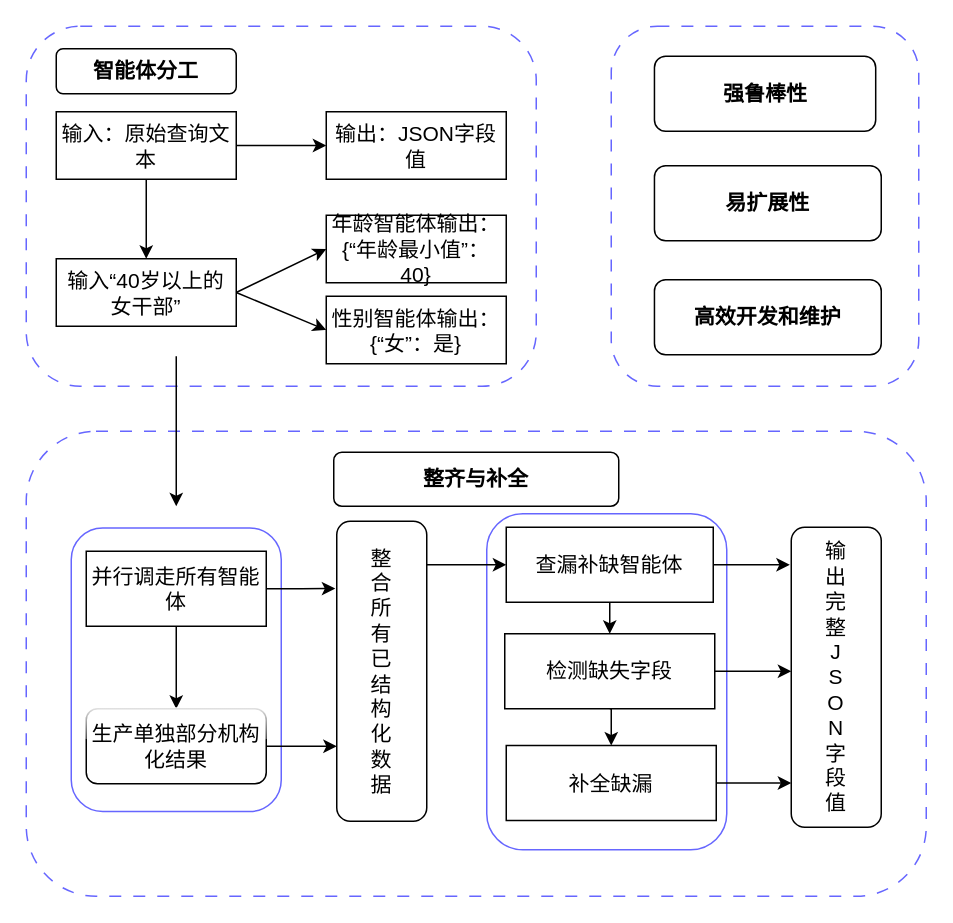
The draw.io diagram ppt2.drawio in dongtianshuo/dongtianshuo5, before the edit. Source tidied: cells renumbered, new cells numbered last; positions are measured from the earlier drawing's top-left corner, leaving out a move shared by most shapes. Both pictures are drawn from the tidied source at 150%, with x=0, y=0 at pixel (26, 26).
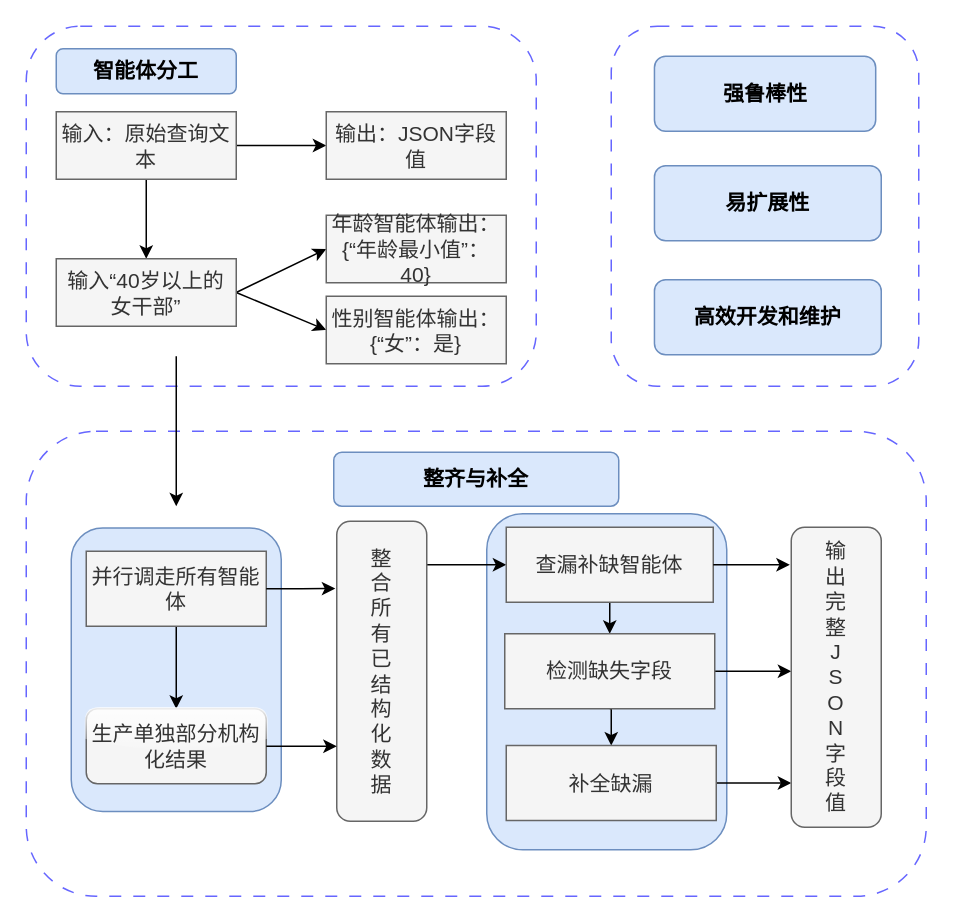
The same page after the edit.

What changed in the source:
```diff
@@
+    <mxCell id="15" style="rounded=1;whiteSpace=wrap;html=1;fillColor=none;dashed=1;dashPattern=8 8;strokeColor=#6666FF;fontSize=14;" parent="1" vertex="1">
+      <mxGeometry y="270" width="600" height="310" as="geometry" />
+    </mxCell>
-    <mxCell id="2" style="rounded=1;whiteSpace=wrap;html=1;strokeColor=#6666FF;fontSize=14;" parent="1" vertex="1">
+    <mxCell id="2" style="rounded=1;whiteSpace=wrap;html=1;strokeColor=#6c8ebf;fontSize=14;fillColor=#dae8fc;" parent="1" vertex="1">
       <mxGeometry x="307" y="325" width="160" height="224" as="geometry" />
     </mxCell>
-    <mxCell id="3" style="rounded=1;whiteSpace=wrap;html=1;strokeColor=#6666FF;fontSize=14;" parent="1" vertex="1">
+    <mxCell id="3" style="rounded=1;whiteSpace=wrap;html=1;strokeColor=#6c8ebf;fontSize=14;fillColor=#dae8fc;" parent="1" vertex="1">
       <mxGeometry x="30" y="334.5" width="140" height="189" as="geometry" />
     </mxCell>
@@
-    <mxCell id="5" value="&lt;b&gt;智能体分工&lt;/b&gt;" style="rounded=1;whiteSpace=wrap;html=1;fontSize=14;" parent="1" vertex="1">
+    <mxCell id="5" value="&lt;b&gt;智能体分工&lt;/b&gt;" style="rounded=1;whiteSpace=wrap;html=1;fontSize=14;fillColor=#dae8fc;strokeColor=#6c8ebf;" parent="1" vertex="1">
       <mxGeometry x="20" y="15" width="120" height="30" as="geometry" />
     </mxCell>
@@
-    <mxCell id="8" value="输入：原始查询文本" style="rounded=0;whiteSpace=wrap;html=1;fontSize=14;" parent="1" vertex="1">
+    <mxCell id="8" value="输入：原始查询文本" style="rounded=0;whiteSpace=wrap;html=1;fontSize=14;fillColor=#f5f5f5;fontColor=#333333;strokeColor=#666666;" parent="1" vertex="1">
       <mxGeometry x="20" y="57" width="120" height="45" as="geometry" />
     </mxCell>
-    <mxCell id="9" value="输出：JSON字段值" style="whiteSpace=wrap;html=1;rounded=0;fontSize=14;" parent="1" vertex="1">
+    <mxCell id="9" value="输出：JSON字段值" style="whiteSpace=wrap;html=1;rounded=0;fontSize=14;fillColor=#f5f5f5;strokeColor=#666666;fontColor=#333333;" parent="1" vertex="1">
       <mxGeometry x="200" y="57" width="120" height="45" as="geometry" />
     </mxCell>
@@
-    <mxCell id="12" value="输入“40岁以上的女干部”" style="rounded=0;whiteSpace=wrap;html=1;fontSize=14;" parent="1" vertex="1">
+    <mxCell id="12" value="输入“40岁以上的女干部”" style="rounded=0;whiteSpace=wrap;html=1;fontSize=14;fillColor=#f5f5f5;fontColor=#333333;strokeColor=#666666;" parent="1" vertex="1">
       <mxGeometry x="20" y="155" width="120" height="45" as="geometry" />
     </mxCell>
-    <mxCell id="13" value="&lt;div&gt;年龄智能体输出：&lt;/div&gt;&lt;div&gt;{“年龄最小值”：40}&lt;/div&gt;" style="whiteSpace=wrap;html=1;rounded=0;fontSize=14;" parent="1" vertex="1">
+    <mxCell id="13" value="&lt;div&gt;年龄智能体输出：&lt;/div&gt;&lt;div&gt;{“年龄最小值”：40}&lt;/div&gt;" style="whiteSpace=wrap;html=1;rounded=0;fontSize=14;fillColor=#f5f5f5;fontColor=#333333;strokeColor=#666666;" parent="1" vertex="1">
       <mxGeometry x="200" y="126" width="120" height="45" as="geometry" />
     </mxCell>
-    <mxCell id="14" value="&lt;div&gt;性别智能体输出：&lt;/div&gt;&lt;div&gt;{“女”：是}&lt;/div&gt;" style="whiteSpace=wrap;html=1;rounded=0;fontSize=14;" parent="1" vertex="1">
+    <mxCell id="14" value="&lt;div&gt;性别智能体输出：&lt;/div&gt;&lt;div&gt;{“女”：是}&lt;/div&gt;" style="whiteSpace=wrap;html=1;rounded=0;fontSize=14;fillColor=#f5f5f5;fontColor=#333333;strokeColor=#666666;" parent="1" vertex="1">
       <mxGeometry x="200" y="180" width="120" height="45" as="geometry" />
     </mxCell>
-    <mxCell id="15" style="rounded=1;whiteSpace=wrap;html=1;fillColor=none;dashed=1;dashPattern=8 8;strokeColor=#6666FF;fontSize=14;" parent="1" vertex="1">
-      <mxGeometry y="270" width="600" height="310" as="geometry" />
-    </mxCell>
-    <mxCell id="16" value="&lt;b&gt;整齐与补全&lt;/b&gt;" style="rounded=1;whiteSpace=wrap;html=1;fontSize=14;" parent="1" vertex="1">
+    <mxCell id="16" value="&lt;b&gt;整齐与补全&lt;/b&gt;" style="rounded=1;whiteSpace=wrap;html=1;fontSize=14;fillColor=#dae8fc;strokeColor=#6c8ebf;" parent="1" vertex="1">
       <mxGeometry x="205" y="284" width="190" height="36" as="geometry" />
     </mxCell>
@@
-    <mxCell id="18" value="并行调走所有智能体" style="rounded=0;whiteSpace=wrap;html=1;fontSize=14;" parent="1" vertex="1">
+    <mxCell id="18" value="并行调走所有智能体" style="rounded=0;whiteSpace=wrap;html=1;fontSize=14;fillColor=#f5f5f5;fontColor=#333333;strokeColor=#666666;" parent="1" vertex="1">
       <mxGeometry x="40" y="350" width="120" height="50" as="geometry" />
     </mxCell>
@@
-    <mxCell id="20" value="&lt;div&gt;整&lt;/div&gt;&lt;div&gt;合&lt;/div&gt;&lt;div&gt;所&lt;/div&gt;&lt;div&gt;有&lt;/div&gt;&lt;div&gt;已&lt;/div&gt;&lt;div&gt;结&lt;/div&gt;&lt;div&gt;构&lt;/div&gt;&lt;div&gt;化&lt;/div&gt;&lt;div&gt;数&lt;/div&gt;&lt;div&gt;据&lt;/div&gt;" style="rounded=1;whiteSpace=wrap;html=1;fontSize=14;" parent="1" vertex="1">
+    <mxCell id="20" value="&lt;div&gt;整&lt;/div&gt;&lt;div&gt;合&lt;/div&gt;&lt;div&gt;所&lt;/div&gt;&lt;div&gt;有&lt;/div&gt;&lt;div&gt;已&lt;/div&gt;&lt;div&gt;结&lt;/div&gt;&lt;div&gt;构&lt;/div&gt;&lt;div&gt;化&lt;/div&gt;&lt;div&gt;数&lt;/div&gt;&lt;div&gt;据&lt;/div&gt;" style="rounded=1;whiteSpace=wrap;html=1;fontSize=14;fillColor=#f5f5f5;fontColor=#333333;strokeColor=#666666;" parent="1" vertex="1">
       <mxGeometry x="207" y="330" width="60" height="200" as="geometry" />
     </mxCell>
@@
-    <mxCell id="22" value="查漏补缺智能体" style="rounded=0;whiteSpace=wrap;html=1;fontSize=14;" parent="1" vertex="1">
+    <mxCell id="22" value="查漏补缺智能体" style="rounded=0;whiteSpace=wrap;html=1;fontSize=14;fillColor=#f5f5f5;fontColor=#333333;strokeColor=#666666;" parent="1" vertex="1">
       <mxGeometry x="320" y="334" width="138" height="50" as="geometry" />
     </mxCell>
-    <mxCell id="23" value="生产单独部分机构化结果" style="rounded=1;whiteSpace=wrap;html=1;glass=1;fontSize=14;" parent="1" vertex="1">
+    <mxCell id="23" value="生产单独部分机构化结果" style="rounded=1;whiteSpace=wrap;html=1;glass=1;fontSize=14;fillColor=#f5f5f5;fontColor=#333333;strokeColor=#666666;" parent="1" vertex="1">
       <mxGeometry x="40" y="455" width="120" height="50" as="geometry" />
     </mxCell>
@@
-    <mxCell id="26" value="检测缺失字段" style="rounded=0;whiteSpace=wrap;html=1;fontSize=14;" parent="1" vertex="1">
+    <mxCell id="26" value="检测缺失字段" style="rounded=0;whiteSpace=wrap;html=1;fontSize=14;fillColor=#f5f5f5;fontColor=#333333;strokeColor=#666666;" parent="1" vertex="1">
       <mxGeometry x="319" y="405" width="140" height="50" as="geometry" />
     </mxCell>
@@
-    <mxCell id="28" value="补全缺漏" style="rounded=0;whiteSpace=wrap;html=1;fontSize=14;" parent="1" vertex="1">
+    <mxCell id="28" value="补全缺漏" style="rounded=0;whiteSpace=wrap;html=1;fontSize=14;fillColor=#f5f5f5;fontColor=#333333;strokeColor=#666666;" parent="1" vertex="1">
       <mxGeometry x="320" y="479.5" width="140" height="50" as="geometry" />
     </mxCell>
@@
-    <mxCell id="30" value="&lt;div&gt;输&lt;/div&gt;&lt;div&gt;出&lt;/div&gt;&lt;div&gt;完&lt;/div&gt;&lt;div&gt;整&lt;/div&gt;&lt;div&gt;J&lt;/div&gt;&lt;div&gt;S&lt;/div&gt;&lt;div&gt;O&lt;/div&gt;&lt;div&gt;N&lt;/div&gt;&lt;div&gt;字&lt;/div&gt;&lt;div&gt;段&lt;/div&gt;&lt;div&gt;值&lt;/div&gt;" style="rounded=1;whiteSpace=wrap;html=1;fontSize=14;" parent="1" vertex="1">
+    <mxCell id="30" value="&lt;div&gt;输&lt;/div&gt;&lt;div&gt;出&lt;/div&gt;&lt;div&gt;完&lt;/div&gt;&lt;div&gt;整&lt;/div&gt;&lt;div&gt;J&lt;/div&gt;&lt;div&gt;S&lt;/div&gt;&lt;div&gt;O&lt;/div&gt;&lt;div&gt;N&lt;/div&gt;&lt;div&gt;字&lt;/div&gt;&lt;div&gt;段&lt;/div&gt;&lt;div&gt;值&lt;/div&gt;" style="rounded=1;whiteSpace=wrap;html=1;fontSize=14;fillColor=#f5f5f5;fontColor=#333333;strokeColor=#666666;" parent="1" vertex="1">
       <mxGeometry x="510" y="334" width="60" height="200" as="geometry" />
     </mxCell>
@@
-    <mxCell id="35" value="&lt;b&gt;强鲁棒性&lt;/b&gt;" style="rounded=1;whiteSpace=wrap;html=1;fontSize=14;" parent="1" vertex="1">
+    <mxCell id="35" value="&lt;b&gt;强鲁棒性&lt;/b&gt;" style="rounded=1;whiteSpace=wrap;html=1;fontSize=14;fillColor=#dae8fc;strokeColor=#6c8ebf;" parent="1" vertex="1">
       <mxGeometry x="418.8" y="20" width="147.5" height="50" as="geometry" />
     </mxCell>
-    <mxCell id="36" value="&lt;b&gt;易扩展性&lt;/b&gt;" style="rounded=1;whiteSpace=wrap;html=1;fontSize=14;" parent="1" vertex="1">
+    <mxCell id="36" value="&lt;b&gt;易扩展性&lt;/b&gt;" style="rounded=1;whiteSpace=wrap;html=1;fontSize=14;fillColor=#dae8fc;strokeColor=#6c8ebf;" parent="1" vertex="1">
       <mxGeometry x="418.8" y="93" width="151.2" height="50" as="geometry" />
     </mxCell>
-    <mxCell id="37" value="&lt;b&gt;高效开发和维护&lt;/b&gt;" style="rounded=1;whiteSpace=wrap;html=1;fontSize=14;" parent="1" vertex="1">
+    <mxCell id="37" value="&lt;b&gt;高效开发和维护&lt;/b&gt;" style="rounded=1;whiteSpace=wrap;html=1;fontSize=14;fillColor=#dae8fc;strokeColor=#6c8ebf;" parent="1" vertex="1">
       <mxGeometry x="418.8" y="169" width="151.2" height="50" as="geometry" />
     </mxCell>
```
